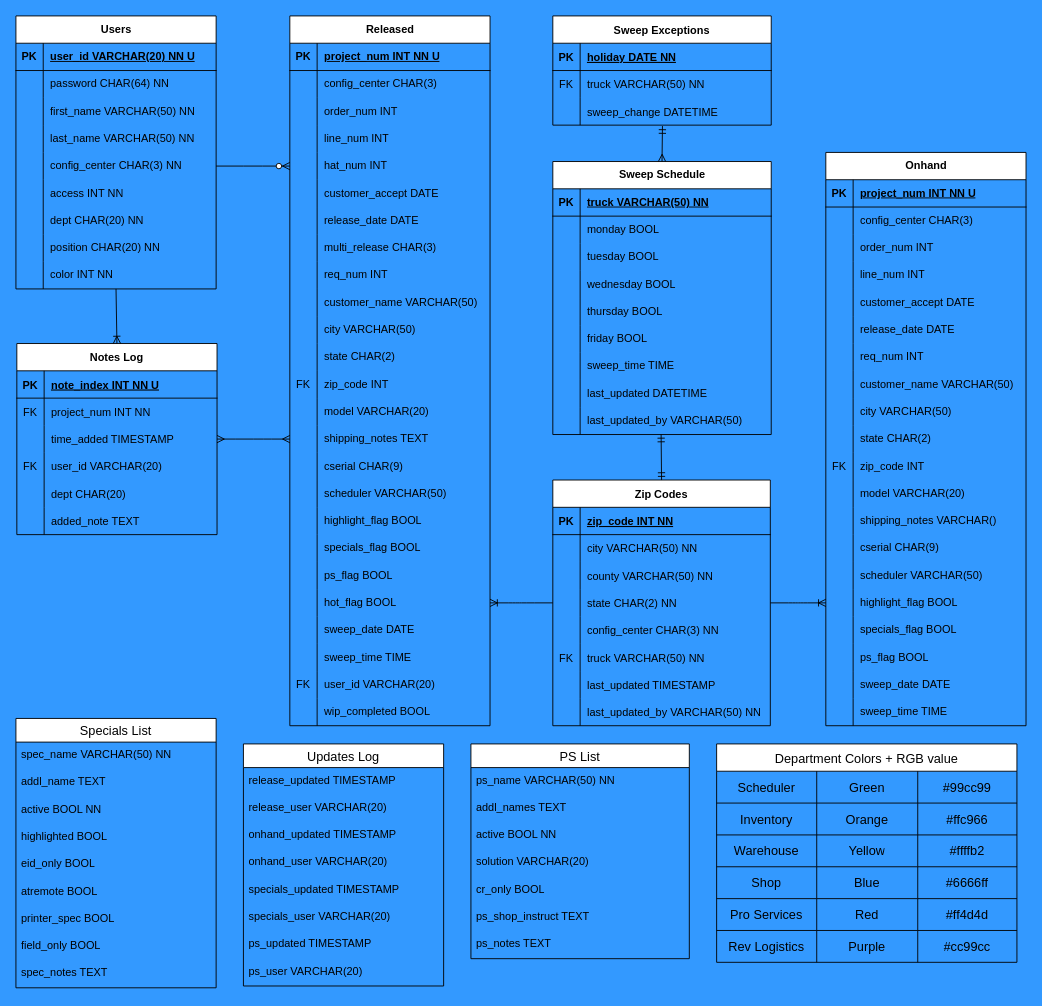
Andrew-W-Pro/Git-Coding keeps this draw.io diagram as sql-erd/ERD-MFP-W-Tracking.drawio. Above is the earlier version. Source tidied: cells renumbered, new cells numbered last; positions are measured from the earlier drawing's top-left corner, leaving out a move shared by most shapes. Both pictures are drawn from the tidied source at 91%, with x=0, y=0 at pixel (15, 15).
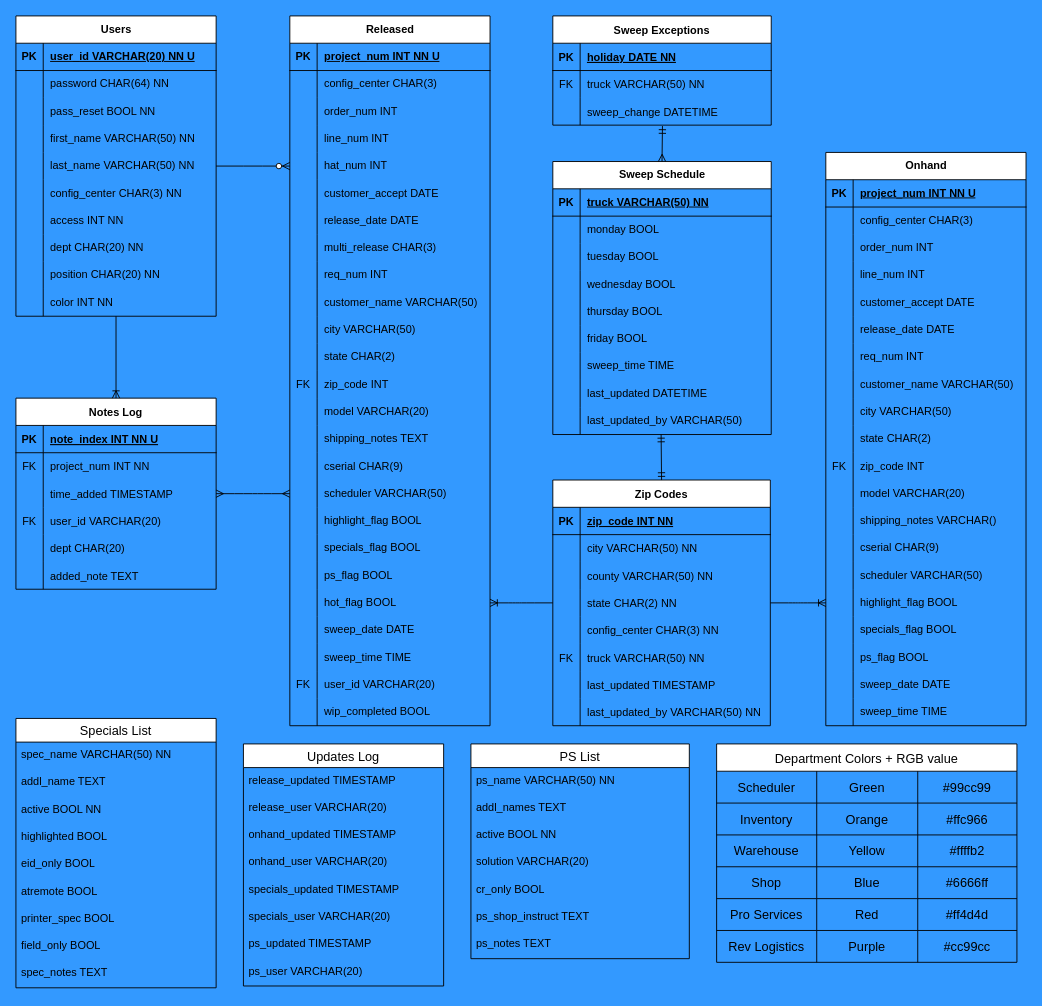
The same page after the edit.

Commit message:
Added pass_reset in Users table

The change refers to these unchanged cells:
```xml
<mxCell id="96" style="shape=tableRow;horizontal=0;startSize=0;swimlaneHead=0;swimlaneBody=0;fillColor=none;points=[[0,0.5],[1,0.5]];portConstraint=eastwest;top=0;left=0;right=0;bottom=0;" parent="83" vertex="1">
  <mxGeometry y="150" width="220" height="30" as="geometry" />
</mxCell>
<mxCell id="126" style="shape=tableRow;horizontal=0;startSize=0;swimlaneHead=0;swimlaneBody=0;fillColor=none;points=[[0,0.5],[1,0.5]];portConstraint=eastwest;top=0;left=0;right=0;bottom=0;" parent="83" vertex="1">
  <mxGeometry y="450" width="220" height="30" as="geometry" />
</mxCell>
<mxCell id="132" style="shape=tableRow;horizontal=0;startSize=0;swimlaneHead=0;swimlaneBody=0;fillColor=none;points=[[0,0.5],[1,0.5]];portConstraint=eastwest;top=0;left=0;right=0;bottom=0;" parent="83" vertex="1">
  <mxGeometry y="510" width="220" height="30" as="geometry" />
</mxCell>
<mxCell id="248" style="shape=tableRow;horizontal=0;startSize=0;swimlaneHead=0;swimlaneBody=0;fillColor=none;points=[[0,0.5],[1,0.5]];portConstraint=eastwest;top=0;left=0;right=0;bottom=0;" parent="241" vertex="1">
  <mxGeometry y="90" width="220" height="30" as="geometry" />
</mxCell>
```

Diff of the diagram source:
```diff
@@
     <mxCell id="55" value="Users" style="shape=table;startSize=30;childLayout=tableLayout;rowLines=0;fontStyle=1;align=center;html=1;snapToPoint=0;" parent="1" vertex="1">
-      <mxGeometry width="220" height="300" as="geometry" />
+      <mxGeometry width="220" height="330" as="geometry" />
     </mxCell>
@@
+    <mxCell id="308" style="shape=tableRow;horizontal=0;startSize=0;swimlaneHead=0;swimlaneBody=0;fillColor=none;top=0;left=0;right=0;bottom=0;" parent="55" vertex="1">
+      <mxGeometry y="90" width="220" height="30" as="geometry" />
+    </mxCell>
+    <mxCell id="309" style="shape=partialRectangle;fillColor=none;top=0;left=0;bottom=0;right=0;overflow=hidden;whiteSpace=wrap;html=1;" parent="308" vertex="1">
+      <mxGeometry width="30" height="30" as="geometry" />
+    </mxCell>
+    <mxCell id="310" value="pass_reset BOOL NN" style="shape=partialRectangle;fillColor=none;top=0;left=0;bottom=0;right=0;align=left;spacingLeft=6;overflow=hidden;whiteSpace=wrap;html=1;" parent="308" vertex="1">
+      <mxGeometry x="30" width="190" height="30" as="geometry" />
+    </mxCell>
     <mxCell id="62" style="shape=tableRow;horizontal=0;startSize=0;swimlaneHead=0;swimlaneBody=0;fillColor=none;top=0;left=0;right=0;bottom=0;" parent="55" vertex="1">
-      <mxGeometry y="90" width="220" height="30" as="geometry" />
+      <mxGeometry y="120" width="220" height="30" as="geometry" />
     </mxCell>
@@
     <mxCell id="65" style="shape=tableRow;horizontal=0;startSize=0;swimlaneHead=0;swimlaneBody=0;fillColor=none;points=[[0,0.5],[1,0.5]];portConstraint=eastwest;top=0;left=0;right=0;bottom=0;" parent="55" vertex="1">
-      <mxGeometry y="120" width="220" height="30" as="geometry" />
+      <mxGeometry y="150" width="220" height="30" as="geometry" />
     </mxCell>
@@
     <mxCell id="68" style="shape=tableRow;horizontal=0;startSize=0;swimlaneHead=0;swimlaneBody=0;fillColor=none;points=[[0,0.5],[1,0.5]];portConstraint=eastwest;top=0;left=0;right=0;bottom=0;" parent="55" vertex="1">
-      <mxGeometry y="150" width="220" height="30" as="geometry" />
+      <mxGeometry y="180" width="220" height="30" as="geometry" />
     </mxCell>
@@
     <mxCell id="71" style="shape=tableRow;horizontal=0;startSize=0;swimlaneHead=0;swimlaneBody=0;fillColor=none;top=0;left=0;right=0;bottom=0;" parent="55" vertex="1">
-      <mxGeometry y="180" width="220" height="30" as="geometry" />
+      <mxGeometry y="210" width="220" height="30" as="geometry" />
     </mxCell>
@@
     <mxCell id="74" style="shape=tableRow;horizontal=0;startSize=0;swimlaneHead=0;swimlaneBody=0;fillColor=none;top=0;left=0;right=0;bottom=0;" parent="55" vertex="1">
-      <mxGeometry y="210" width="220" height="30" as="geometry" />
+      <mxGeometry y="240" width="220" height="30" as="geometry" />
     </mxCell>
@@
     <mxCell id="77" style="shape=tableRow;horizontal=0;startSize=0;swimlaneHead=0;swimlaneBody=0;fillColor=none;top=0;left=0;right=0;bottom=0;" parent="55" vertex="1">
-      <mxGeometry y="240" width="220" height="30" as="geometry" />
+      <mxGeometry y="270" width="220" height="30" as="geometry" />
     </mxCell>
@@
     <mxCell id="80" style="shape=tableRow;horizontal=0;startSize=0;swimlaneHead=0;swimlaneBody=0;fillColor=none;top=0;left=0;right=0;bottom=0;" parent="55" vertex="1">
-      <mxGeometry y="270" width="220" height="30" as="geometry" />
+      <mxGeometry y="300" width="220" height="30" as="geometry" />
     </mxCell>
@@
-    <mxCell id="177" style="edgeStyle=entityRelationEdgeStyle;fontSize=12;html=1;endArrow=ERzeroToMany;endFill=1;rounded=0;exitX=1;exitY=0.5;exitDx=0;exitDy=0;entryX=0;entryY=0.5;entryDx=0;entryDy=0;" parent="1" edge="1" source="68" target="96">
+    <mxCell id="177" style="edgeStyle=entityRelationEdgeStyle;fontSize=12;html=1;endArrow=ERzeroToMany;endFill=1;rounded=0;exitX=1;exitY=0.5;exitDx=0;exitDy=0;entryX=0;entryY=0.5;entryDx=0;entryDy=0;" parent="1" edge="1" source="65" target="96">
       <mxGeometry relative="1" as="geometry" />
     </mxCell>
@@
     <mxCell id="241" value="Notes Log" style="shape=table;startSize=30;childLayout=tableLayout;rowLines=0;fontStyle=1;align=center;" parent="1" vertex="1">
-      <mxGeometry x="1" y="360" width="220" height="210" as="geometry" />
+      <mxGeometry y="420" width="220" height="210" as="geometry" />
     </mxCell>
@@
-    <mxCell id="269" style="edgeStyle=entityRelationEdgeStyle;fontSize=12;html=1;endArrow=ERmany;startArrow=ERmany;entryX=0;entryY=0.5;entryDx=0;entryDy=0;startFill=0;endFill=0;exitX=1;exitY=0.5;exitDx=0;exitDy=0;" parent="1" edge="1" source="248" target="126">
+    <mxCell id="269" style="edgeStyle=entityRelationEdgeStyle;fontSize=12;html=1;endArrow=ERmany;startArrow=ERmany;entryX=0;entryY=0.5;entryDx=0;entryDy=0;startFill=0;endFill=0;exitX=1;exitY=0.5;exitDx=0;exitDy=0;" parent="1" edge="1" source="248" target="132">
       <mxGeometry relative="1" as="geometry" />
     </mxCell>
```
